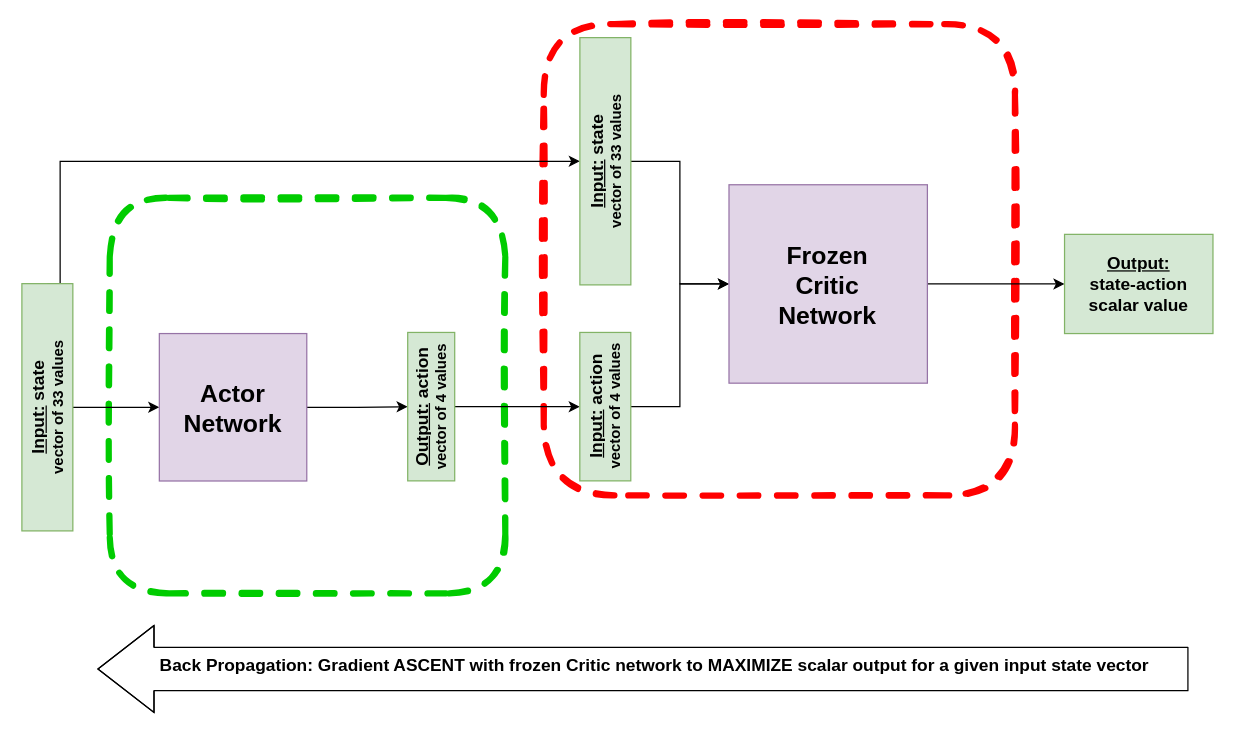
drormeir/ReacherRL keeps this draw.io diagram as training_Actor.drawio. Above is the earlier version. Source tidied: cells renumbered, new cells numbered last; positions are measured from the earlier drawing's top-left corner, leaving out a move shared by most shapes. Both pictures are drawn from the tidied source at 124%, with x=0, y=0 at pixel (-77, 24).
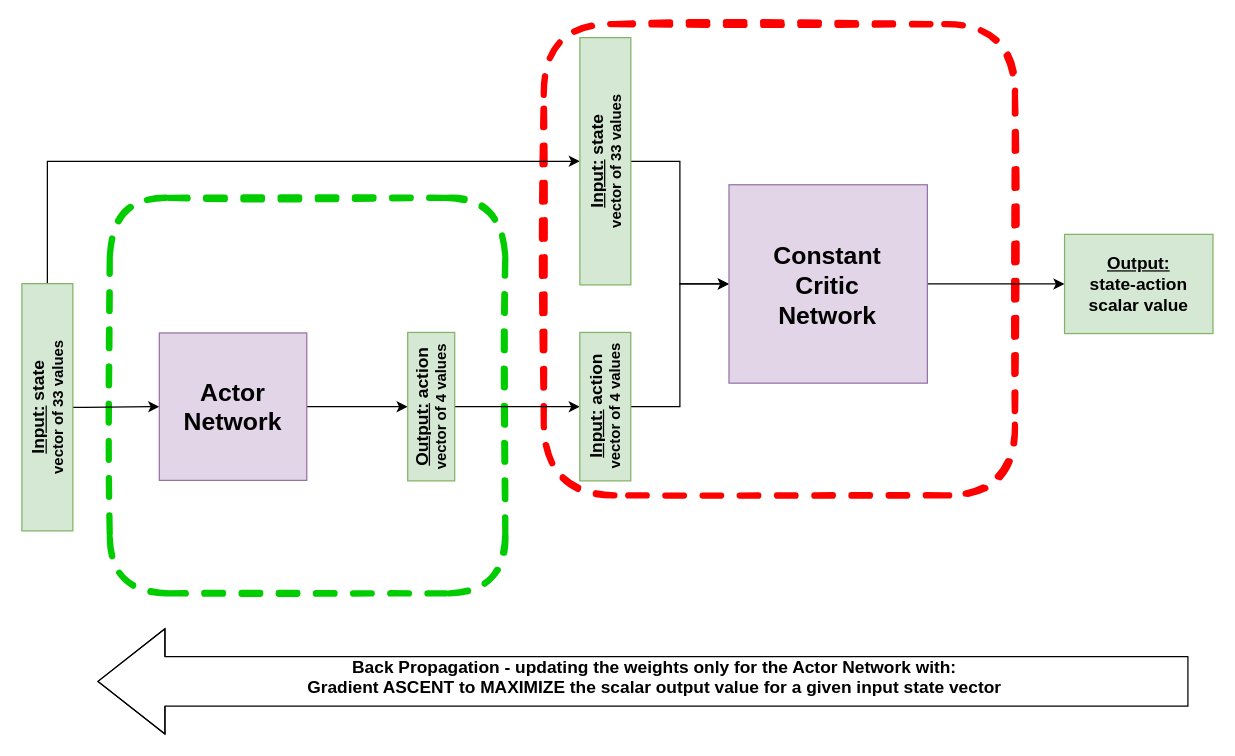
The same diagram, later.

Commit message (it also covers changes not shown here):
update training actor drawings

Unchanged cells that the change refers to:
```xml
<mxCell id="6" value="&lt;b&gt;&lt;u style=&quot;font-size: 14px&quot;&gt;Input:&lt;/u&gt;&lt;span style=&quot;font-size: 14px&quot;&gt;&amp;nbsp;state&lt;/span&gt;&lt;br&gt;&lt;font style=&quot;font-size: 12px&quot;&gt;vector of 33 values&lt;/font&gt;&lt;/b&gt;" style="rounded=0;whiteSpace=wrap;html=1;rotation=-90;fillColor=#d5e8d4;strokeColor=#82b366;" parent="1" vertex="1">
  <mxGeometry y="288.4" width="199.4" height="41.1" as="geometry" />
</mxCell>
<mxCell id="12" value="&lt;b&gt;&lt;u style=&quot;font-size: 14px&quot;&gt;Input:&lt;/u&gt;&lt;span style=&quot;font-size: 14px&quot;&gt;&amp;nbsp;state&lt;/span&gt;&lt;br&gt;&lt;font style=&quot;font-size: 12px&quot;&gt;vector of 33 values&lt;/font&gt;&lt;/b&gt;" style="rounded=0;whiteSpace=wrap;html=1;rotation=-90;fillColor=#d5e8d4;strokeColor=#82b366;" parent="1" vertex="1">
  <mxGeometry x="450" y="90" width="199.4" height="41.1" as="geometry" />
</mxCell>
```

Diff of the diagram source:
```diff
@@
     <mxCell id="5" style="edgeStyle=orthogonalEdgeStyle;rounded=0;jettySize=auto;html=1;entryX=0.5;entryY=0;entryDx=0;entryDy=0;exitX=1;exitY=0.5;exitDx=0;exitDy=0;" parent="1" edge="1" source="6" target="12">
       <mxGeometry relative="1" as="geometry">
         <Array as="points">
-          <mxPoint x="110" y="111" />
+          <mxPoint x="100" y="111" />
         </Array>
       </mxGeometry>
     </mxCell>
@@
     <mxCell id="8" value="&lt;font style=&quot;font-size: 20px&quot;&gt;&lt;b&gt;Actor&lt;br&gt;Network&lt;br&gt;&lt;/b&gt;&lt;/font&gt;" style="whiteSpace=wrap;html=1;fillColor=#e1d5e7;strokeColor=#9673a6;" parent="1" vertex="1">
-      <mxGeometry x="190" y="249.5" width="118.9" height="118.9" as="geometry" />
+      <mxGeometry x="190" y="249" width="118.9" height="118.9" as="geometry" />
     </mxCell>
@@
-    <mxCell id="16" value="&lt;b&gt;Frozen&lt;br&gt;Critic&lt;br&gt;Network&lt;/b&gt;" style="whiteSpace=wrap;html=1;fontSize=20;fillColor=#e1d5e7;strokeColor=#9673a6;" parent="1" vertex="1">
+    <mxCell id="16" value="&lt;b&gt;Constant&lt;br&gt;Critic&lt;br&gt;Network&lt;/b&gt;" style="whiteSpace=wrap;html=1;fontSize=20;fillColor=#e1d5e7;strokeColor=#9673a6;" parent="1" vertex="1">
       <mxGeometry x="649.4" y="129.5" width="160" height="160" as="geometry" />
     </mxCell>
@@
-    <mxCell id="18" value="&lt;b&gt;&lt;br&gt;&lt;br&gt;&lt;span style=&quot;color: rgb(0 , 0 , 0) ; font-family: &amp;#34;helvetica&amp;#34; ; font-size: 14px ; font-style: normal ; letter-spacing: normal ; text-align: center ; text-indent: 0px ; text-transform: none ; word-spacing: 0px ; display: inline ; float: none&quot;&gt;Back Propagation: Gradient ASCENT with frozen Critic network to MAXIMIZE scalar output for a given input state vector&lt;/span&gt;&lt;/b&gt;" style="shape=flexArrow;endArrow=classic;html=1;width=35;endSize=14.73;endWidth=34;fontSize=14;labelBackgroundColor=none;horizontal=1;" parent="1" edge="1">
+    <mxCell id="18" value="&lt;b&gt;&lt;br&gt;&lt;br&gt;&lt;span style=&quot;color: rgb(0 , 0 , 0) ; font-family: &amp;#34;helvetica&amp;#34; ; font-size: 14px ; font-style: normal ; letter-spacing: normal ; text-align: center ; text-indent: 0px ; text-transform: none ; word-spacing: 0px ; display: inline ; float: none&quot;&gt;Back Propagation - updating the weights only for the Actor Network with:&lt;br&gt;Gradient ASCENT to MAXIMIZE the scalar output value for a given input state vector&lt;/span&gt;&lt;/b&gt;" style="shape=flexArrow;endArrow=classic;html=1;width=40;endSize=17.67;endWidth=44;fontSize=14;labelBackgroundColor=none;horizontal=1;" parent="1" edge="1">
       <mxGeometry x="-0.02" y="-20" relative="1" as="geometry">
-        <mxPoint x="1020" y="520" as="sourcePoint" />
-        <mxPoint x="140" y="520" as="targetPoint" />
+        <mxPoint x="1020" y="530" as="sourcePoint" />
+        <mxPoint x="140" y="530" as="targetPoint" />
         <Array as="points">
-          <mxPoint x="590" y="520" />
+          <mxPoint x="590" y="530" />
         </Array>
       </mxGeometry>
     </mxCell>
```
